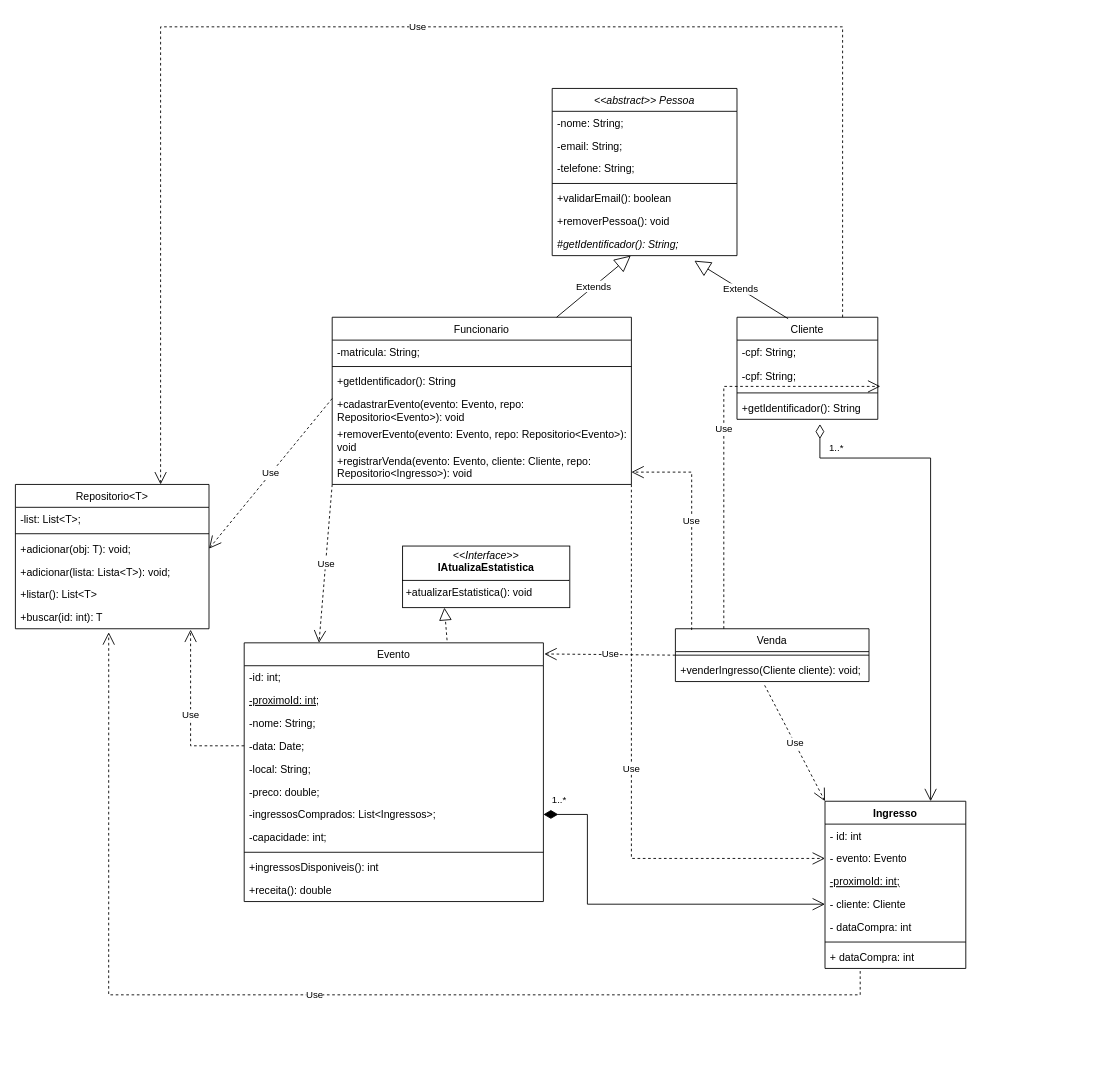
thaisealves/venda-ingressos-poo keeps this draw.io diagram as Diagrama UML.drawio. Above is the earlier version. Source tidied: cells renumbered, new cells numbered last; positions are measured from the earlier drawing's top-left corner, leaving out a move shared by most shapes. Both pictures are drawn from the tidied source at 88%, with x=0, y=0 at pixel (15, 26).
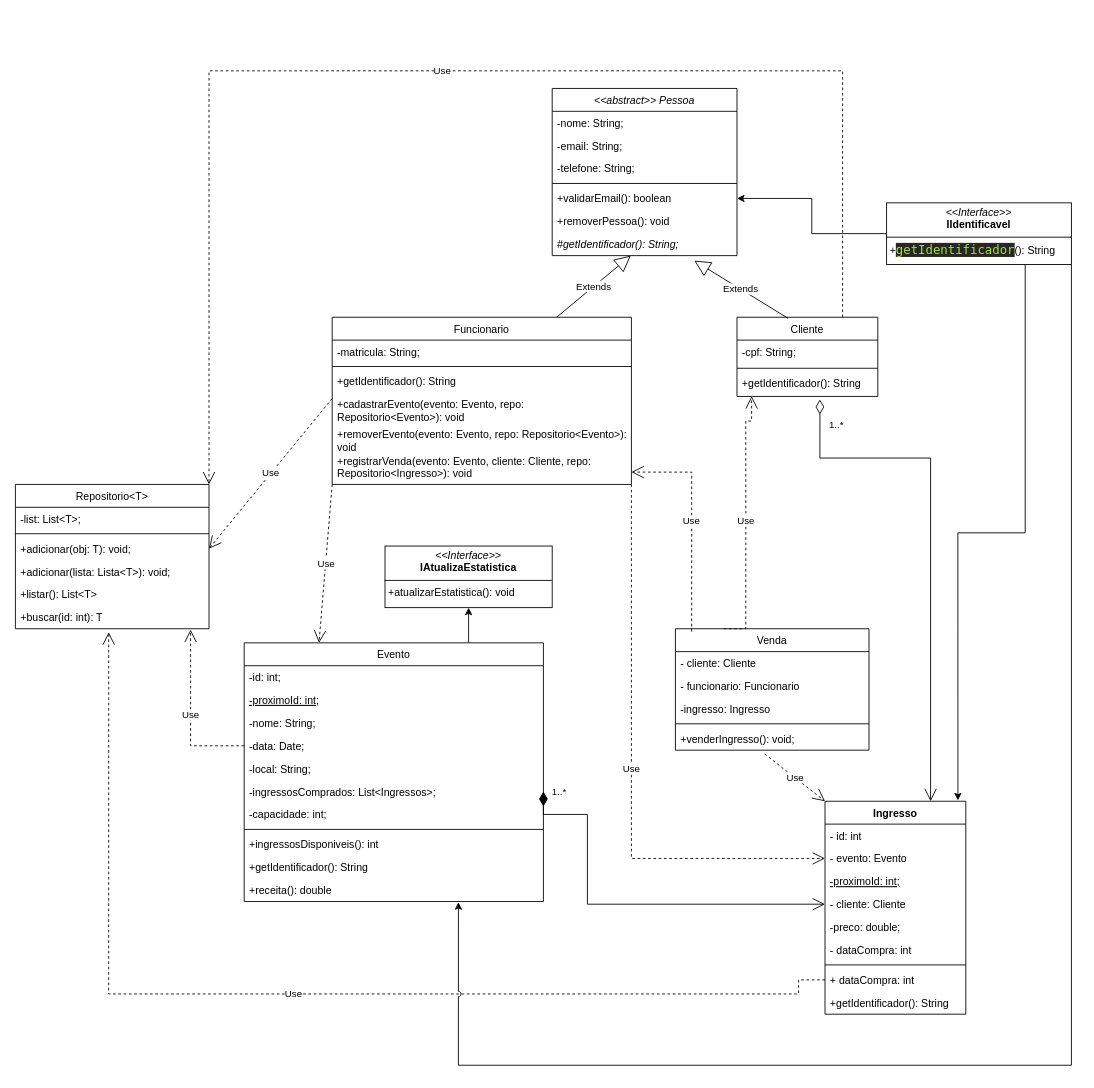
The same diagram, later.

Commit message:
adicionando mais uma interface

The change refers to these unchanged cells:
```xml
<mxCell id="7" value="Evento" style="swimlane;fontStyle=0;align=center;verticalAlign=top;horizontal=1;startSize=26;rounded=0;shadow=0;strokeWidth=1;" parent="1" vertex="1">
  <mxGeometry x="260" y="700" width="340" height="294" as="geometry" />
</mxCell>
<mxCell id="18" value="+receita(): double" style="text;align=left;verticalAlign=top;spacingLeft=4;spacingRight=4;overflow=hidden;points=[[0,0.5],[1,0.5]];portConstraint=eastwest;" parent="7" vertex="1">
  <mxGeometry y="268" width="340" height="26" as="geometry" />
</mxCell>
<mxCell id="25" value="+validarEmail(): boolean" style="text;align=left;verticalAlign=top;spacingLeft=4;spacingRight=4;overflow=hidden;points=[[0,0.5],[1,0.5]];portConstraint=eastwest;" parent="20" vertex="1">
  <mxGeometry y="112" width="210" height="26" as="geometry" />
</mxCell>
<mxCell id="43" value="Repositorio&lt;T&gt;" style="swimlane;fontStyle=0;align=center;verticalAlign=top;horizontal=1;startSize=26;rounded=0;shadow=0;strokeWidth=1;" parent="1" vertex="1">
  <mxGeometry y="520" width="220" height="164" as="geometry" />
</mxCell>
<mxCell id="49" value="+buscar(id: int): T" style="text;align=left;verticalAlign=top;spacingLeft=4;spacingRight=4;overflow=hidden;points=[[0,0.5],[1,0.5]];portConstraint=eastwest;" parent="43" vertex="1">
  <mxGeometry y="138" width="220" height="26" as="geometry" />
</mxCell>
```

The edit, as a diff of the source:
```diff
@@
     <mxCell id="2" value="Cliente" style="swimlane;fontStyle=0;align=center;verticalAlign=top;horizontal=1;startSize=26;rounded=0;shadow=0;strokeWidth=1;" parent="1" vertex="1">
-      <mxGeometry x="820" y="330" width="160" height="116" as="geometry" />
+      <mxGeometry x="820" y="330" width="160" height="90" as="geometry" />
     </mxCell>
@@
-    <mxCell id="4" value="-cpf: String;" style="text;align=left;verticalAlign=top;spacingLeft=4;spacingRight=4;overflow=hidden;points=[[0,0.5],[1,0.5]];portConstraint=eastwest;" parent="2" vertex="1">
-      <mxGeometry y="54" width="160" height="28" as="geometry" />
-    </mxCell>
     <mxCell id="5" style="line;html=1;strokeWidth=1;align=left;verticalAlign=middle;spacingTop=-1;spacingLeft=3;spacingRight=3;labelPosition=right;" parent="2" vertex="1">
-      <mxGeometry y="82" width="160" height="8" as="geometry" />
+      <mxGeometry y="54" width="160" height="8" as="geometry" />
     </mxCell>
     <mxCell id="6" value="+getIdentificador(): String" style="text;align=left;verticalAlign=top;spacingLeft=4;spacingRight=4;overflow=hidden;points=[[0,0.5],[1,0.5]];portConstraint=eastwest;" parent="2" vertex="1">
-      <mxGeometry y="90" width="160" height="26" as="geometry" />
+      <mxGeometry y="62" width="160" height="26" as="geometry" />
     </mxCell>
+    <mxCell id="50" style="edgeStyle=orthogonalEdgeStyle;rounded=0;jettySize=auto;html=1;exitX=0.75;exitY=0;exitDx=0;exitDy=0;" parent="1" edge="1" source="7" target="19">
+      <mxGeometry relative="1" as="geometry" />
+    </mxCell>
@@
-    <mxCell id="13" value="-preco: double;" style="text;align=left;verticalAlign=top;spacingLeft=4;spacingRight=4;overflow=hidden;rounded=0;shadow=0;html=0;" parent="7" vertex="1">
-      <mxGeometry y="156" width="340" height="26" as="geometry" />
-    </mxCell>
     <mxCell id="14" value="-ingressosComprados: List&lt;Ingressos&gt;;" style="text;align=left;verticalAlign=top;spacingLeft=4;spacingRight=4;overflow=hidden;points=[[0,0.5],[1,0.5]];portConstraint=eastwest;rounded=0;shadow=0;html=0;" parent="7" vertex="1">
-      <mxGeometry y="182" width="340" height="26" as="geometry" />
+      <mxGeometry y="156" width="340" height="26" as="geometry" />
     </mxCell>
     <mxCell id="15" value="-capacidade: int;" style="text;align=left;verticalAlign=top;spacingLeft=4;spacingRight=4;overflow=hidden;rounded=0;shadow=0;html=0;" parent="7" vertex="1">
-      <mxGeometry y="208" width="340" height="26" as="geometry" />
+      <mxGeometry y="182" width="340" height="26" as="geometry" />
     </mxCell>
     <mxCell id="16" style="line;html=1;strokeWidth=1;align=left;verticalAlign=middle;spacingTop=-1;spacingLeft=3;spacingRight=3;labelPosition=right;" parent="7" vertex="1">
-      <mxGeometry y="234" width="340" height="8" as="geometry" />
+      <mxGeometry y="208" width="340" height="8" as="geometry" />
     </mxCell>
     <mxCell id="17" value="+ingressosDisponiveis(): int" style="text;align=left;verticalAlign=top;spacingLeft=4;spacingRight=4;overflow=hidden;" parent="7" vertex="1">
-      <mxGeometry y="242" width="340" height="26" as="geometry" />
+      <mxGeometry y="216" width="340" height="26" as="geometry" />
     </mxCell>
+    <mxCell id="68" value="+getIdentificador(): String" style="text;align=left;verticalAlign=top;spacingLeft=4;spacingRight=4;overflow=hidden;" parent="7" vertex="1">
+      <mxGeometry y="242" width="340" height="26" as="geometry" />
+    </mxCell>
@@
     <mxCell id="19" value="&lt;p style=&quot;margin:0px;margin-top:4px;text-align:center;&quot;&gt;&lt;i&gt;&amp;lt;&amp;lt;Interface&amp;gt;&amp;gt;&lt;/i&gt;&lt;br&gt;&lt;b&gt;IAtualizaEstatistica&lt;/b&gt;&lt;/p&gt;&lt;hr size=&quot;1&quot; style=&quot;border-style:solid;&quot;&gt;&lt;p style=&quot;margin:0px;margin-left:4px;&quot;&gt;&lt;/p&gt;&lt;p style=&quot;margin:0px;margin-left:4px;&quot;&gt;+atualizarEstatistica(): void&lt;br&gt;&lt;br&gt;&lt;/p&gt;" style="verticalAlign=top;align=left;overflow=fill;html=1;whiteSpace=wrap;" parent="1" vertex="1">
-      <mxGeometry x="440" y="590" width="190" height="70" as="geometry" />
+      <mxGeometry x="420" y="590" width="190" height="70" as="geometry" />
     </mxCell>
@@
     <mxCell id="35" value="Ingresso" style="swimlane;fontStyle=1;align=center;verticalAlign=top;horizontal=1;startSize=26;whiteSpace=wrap;html=1;" parent="1" vertex="1">
-      <mxGeometry x="920" y="880" width="160" height="190" as="geometry" />
+      <mxGeometry x="920" y="880" width="160" height="242" as="geometry" />
     </mxCell>
@@
+    <mxCell id="13" value="-preco: double;" style="text;align=left;verticalAlign=top;spacingLeft=4;spacingRight=4;overflow=hidden;rounded=0;shadow=0;html=0;" parent="35" vertex="1">
+      <mxGeometry y="130" width="160" height="26" as="geometry" />
+    </mxCell>
     <mxCell id="40" value="- dataCompra: int" style="text;strokeColor=none;fillColor=none;align=left;verticalAlign=top;spacingLeft=4;spacingRight=4;overflow=hidden;whiteSpace=wrap;html=1;" parent="35" vertex="1">
-      <mxGeometry y="130" width="160" height="26" as="geometry" />
+      <mxGeometry y="156" width="160" height="26" as="geometry" />
     </mxCell>
     <mxCell id="41" style="line;strokeWidth=1;fillColor=none;align=left;verticalAlign=middle;spacingTop=-1;spacingLeft=3;spacingRight=3;labelPosition=right;strokeColor=inherit;" parent="35" vertex="1">
-      <mxGeometry y="156" width="160" height="8" as="geometry" />
+      <mxGeometry y="182" width="160" height="8" as="geometry" />
     </mxCell>
     <mxCell id="42" value="+ dataCompra: int" style="text;strokeColor=none;fillColor=none;align=left;verticalAlign=top;spacingLeft=4;spacingRight=4;overflow=hidden;points=[[0,0.5],[1,0.5]];portConstraint=eastwest;whiteSpace=wrap;html=1;" parent="35" vertex="1">
-      <mxGeometry y="164" width="160" height="26" as="geometry" />
+      <mxGeometry y="190" width="160" height="26" as="geometry" />
     </mxCell>
+    <mxCell id="69" value="+getIdentificador(): String" style="text;align=left;verticalAlign=top;spacingLeft=4;spacingRight=4;overflow=hidden;" parent="35" vertex="1">
+      <mxGeometry y="216" width="160" height="26" as="geometry" />
+    </mxCell>
@@
-    <mxCell id="50" style="endArrow=block;dashed=1;endFill=0;endSize=12;html=1;rounded=0;entryX=0.25;entryY=1;entryDx=0;entryDy=0;exitX=0.678;exitY=-0.01;exitDx=0;exitDy=0;exitPerimeter=0;" parent="1" edge="1" source="7" target="19">
-      <mxGeometry relative="1" as="geometry" />
-    </mxCell>
     <mxCell id="51" value="Venda" style="swimlane;fontStyle=0;align=center;verticalAlign=top;horizontal=1;startSize=26;rounded=0;shadow=0;strokeWidth=1;" parent="1" vertex="1">
-      <mxGeometry x="750" y="684" width="220" height="60" as="geometry" />
+      <mxGeometry x="750" y="684" width="220" height="138" as="geometry" />
     </mxCell>
+    <mxCell id="70" value="- cliente: Cliente" style="text;strokeColor=none;fillColor=none;align=left;verticalAlign=top;spacingLeft=4;spacingRight=4;overflow=hidden;whiteSpace=wrap;html=1;" parent="51" vertex="1">
+      <mxGeometry y="26" width="220" height="26" as="geometry" />
+    </mxCell>
+    <mxCell id="71" value="- funcionario: Funcionario" style="text;strokeColor=none;fillColor=none;align=left;verticalAlign=top;spacingLeft=4;spacingRight=4;overflow=hidden;whiteSpace=wrap;html=1;" parent="51" vertex="1">
+      <mxGeometry y="52" width="220" height="26" as="geometry" />
+    </mxCell>
+    <mxCell id="72" value="-ingresso: Ingresso" style="text;strokeColor=none;fillColor=none;align=left;verticalAlign=top;spacingLeft=4;spacingRight=4;overflow=hidden;whiteSpace=wrap;html=1;" parent="51" vertex="1">
+      <mxGeometry y="78" width="220" height="26" as="geometry" />
+    </mxCell>
     <mxCell id="52" style="line;html=1;strokeWidth=1;align=left;verticalAlign=middle;spacingTop=-1;spacingLeft=3;spacingRight=3;labelPosition=right;" parent="51" vertex="1">
-      <mxGeometry y="26" width="220" height="8" as="geometry" />
+      <mxGeometry y="104" width="220" height="8" as="geometry" />
     </mxCell>
-    <mxCell id="53" value="+venderIngresso(Cliente cliente): void;&#10;" style="text;align=left;verticalAlign=top;spacingLeft=4;spacingRight=4;overflow=hidden;points=[[0,0.5],[1,0.5]];portConstraint=eastwest;" parent="51" vertex="1">
-      <mxGeometry y="34" width="220" height="26" as="geometry" />
+    <mxCell id="53" value="+venderIngresso(): void;&#10;" style="text;align=left;verticalAlign=top;spacingLeft=4;spacingRight=4;overflow=hidden;points=[[0,0.5],[1,0.5]];portConstraint=eastwest;" parent="51" vertex="1">
+      <mxGeometry y="112" width="220" height="26" as="geometry" />
     </mxCell>
@@
-    <mxCell id="58" value="Use" style="endArrow=open;endSize=12;dashed=1;html=1;rounded=0;exitX=0.25;exitY=1.115;exitDx=0;exitDy=0;exitPerimeter=0;entryX=0.482;entryY=1.154;entryDx=0;entryDy=0;entryPerimeter=0;jumpStyle=arc;edgeStyle=orthogonalEdgeStyle;" parent="1" edge="1" source="42" target="49">
+    <mxCell id="58" value="Use" style="endArrow=open;endSize=12;dashed=1;html=1;rounded=0;exitX=0;exitY=0.5;exitDx=0;exitDy=0;entryX=0.482;entryY=1.154;entryDx=0;entryDy=0;entryPerimeter=0;jumpStyle=arc;edgeStyle=orthogonalEdgeStyle;" parent="1" edge="1" source="42" target="49">
       <mxGeometry relative="1" as="geometry">
         <Array as="points">
-          <mxPoint x="960" y="1100" />
-          <mxPoint x="106" y="1100" />
+          <mxPoint x="890" y="1083" />
+          <mxPoint x="890" y="1099" />
+          <mxPoint x="106" y="1099" />
         </Array>
       </mxGeometry>
     </mxCell>
-    <mxCell id="59" value="Use" style="endArrow=open;endSize=12;dashed=1;html=1;rounded=0;exitX=0.75;exitY=0;exitDx=0;exitDy=0;entryX=0.75;entryY=0;entryDx=0;entryDy=0;edgeStyle=orthogonalEdgeStyle;" parent="1" edge="1" source="2" target="43">
+    <mxCell id="59" value="Use" style="endArrow=open;endSize=12;dashed=1;html=1;rounded=0;exitX=0.75;exitY=0;exitDx=0;exitDy=0;entryX=1;entryY=0;entryDx=0;entryDy=0;edgeStyle=orthogonalEdgeStyle;" parent="1" edge="1" source="2" target="43">
       <mxGeometry relative="1" as="geometry">
         <Array as="points">
-          <mxPoint x="940" />
-          <mxPoint x="165" />
+          <mxPoint x="940" y="50" />
+          <mxPoint x="220" y="50" />
         </Array>
       </mxGeometry>
     </mxCell>
-    <mxCell id="60" value="Use" style="endArrow=open;endSize=12;dashed=1;html=1;rounded=0;exitX=0;exitY=0.5;exitDx=0;exitDy=0;entryX=1.003;entryY=0.043;entryDx=0;entryDy=0;entryPerimeter=0;jumpStyle=arc;" parent="1" edge="1" source="51" target="7">
-      <mxGeometry relative="1" as="geometry" />
-    </mxCell>
@@
-    <mxCell id="62" value="Use" style="endArrow=open;endSize=12;dashed=1;html=1;rounded=0;exitX=0.25;exitY=0;exitDx=0;exitDy=0;entryX=1.018;entryY=0.878;entryDx=0;entryDy=0;entryPerimeter=0;edgeStyle=orthogonalEdgeStyle;" parent="1" edge="1" source="51" target="4">
-      <mxGeometry relative="1" as="geometry" />
+    <mxCell id="62" value="Use" style="endArrow=open;endSize=12;dashed=1;html=1;rounded=0;exitX=0.25;exitY=0;exitDx=0;exitDy=0;edgeStyle=orthogonalEdgeStyle;entryX=0.104;entryY=1.066;entryDx=0;entryDy=0;entryPerimeter=0;" parent="1" edge="1" source="51" target="6">
+      <mxGeometry relative="1" as="geometry">
+        <Array as="points">
+          <mxPoint x="830" y="684" />
+          <mxPoint x="830" y="448" />
+        </Array>
+      </mxGeometry>
     </mxCell>
@@
+    <mxCell id="73" style="edgeStyle=orthogonalEdgeStyle;rounded=0;jettySize=auto;html=1;exitX=0;exitY=0.5;exitDx=0;exitDy=0;entryX=1;entryY=0.5;entryDx=0;entryDy=0;" parent="1" edge="1" source="74" target="25">
+      <mxGeometry relative="1" as="geometry" />
+    </mxCell>
+    <mxCell id="74" value="&lt;p style=&quot;margin:0px;margin-top:4px;text-align:center;&quot;&gt;&lt;i&gt;&amp;lt;&amp;lt;Interface&amp;gt;&amp;gt;&lt;/i&gt;&lt;br&gt;&lt;b&gt;IIdentificavel&lt;/b&gt;&lt;/p&gt;&lt;hr size=&quot;1&quot; style=&quot;border-style:solid;&quot;&gt;&lt;p style=&quot;margin:0px;margin-left:4px;&quot;&gt;&lt;/p&gt;&lt;p style=&quot;margin:0px;margin-left:4px;&quot;&gt;+&lt;span style=&quot;color: rgb(166, 226, 46); background-color: rgb(39, 40, 34); font-family: &amp;quot;Droid Sans Mono&amp;quot;, &amp;quot;monospace&amp;quot;, monospace; font-size: 14px; white-space: pre;&quot;&gt;getIdentificador&lt;/span&gt;&lt;span style=&quot;background-color: transparent; color: light-dark(rgb(0, 0, 0), rgb(255, 255, 255));&quot;&gt;(): String&lt;/span&gt;&lt;/p&gt;&lt;p style=&quot;margin:0px;margin-left:4px;&quot;&gt;&lt;br&gt;&lt;/p&gt;" style="verticalAlign=top;align=left;overflow=fill;html=1;whiteSpace=wrap;" parent="1" vertex="1">
+      <mxGeometry x="990" y="200" width="210" height="70" as="geometry" />
+    </mxCell>
+    <mxCell id="75" style="edgeStyle=orthogonalEdgeStyle;rounded=0;jettySize=auto;html=1;exitX=0.75;exitY=1;exitDx=0;exitDy=0;entryX=0.944;entryY=-0.004;entryDx=0;entryDy=0;entryPerimeter=0;" parent="1" edge="1" source="74" target="35">
+      <mxGeometry relative="1" as="geometry" />
+    </mxCell>
+    <mxCell id="76" style="edgeStyle=orthogonalEdgeStyle;rounded=0;jettySize=auto;html=1;exitX=1;exitY=1;exitDx=0;exitDy=0;entryX=0.716;entryY=1.029;entryDx=0;entryDy=0;entryPerimeter=0;jumpStyle=arc;" parent="1" edge="1" source="74" target="18">
+      <mxGeometry relative="1" as="geometry">
+        <Array as="points">
+          <mxPoint x="1200" y="1180" />
+          <mxPoint x="503" y="1180" />
+        </Array>
+      </mxGeometry>
+    </mxCell>
```
